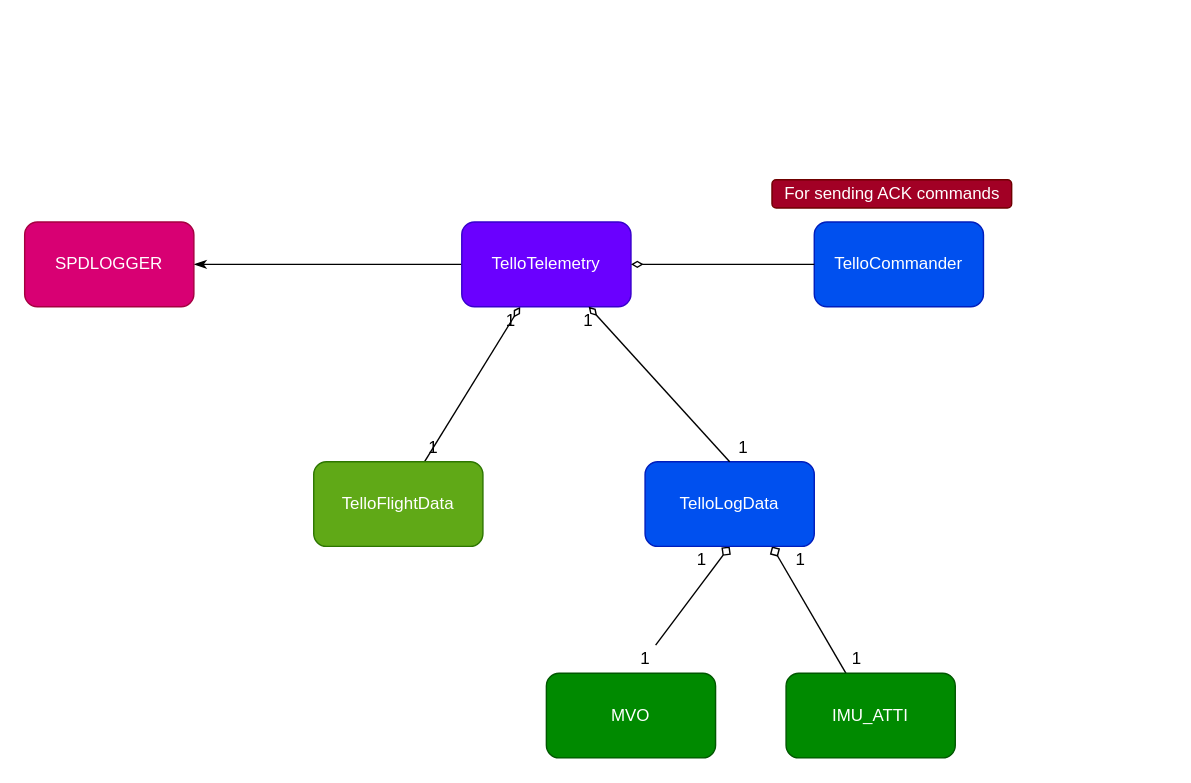
GalBrandwine/tello_driver keeps this draw.io diagram as page "HighLevel" (1 of 2) of src/tello_telemetry/docs/TelloTelemetry.drawio. Above is the earlier version. Source tidied: cells renumbered, new cells numbered last; positions are measured from the earlier drawing's top-left corner, leaving out a move shared by most shapes. Both pictures are drawn from the tidied source at 141%, with x=0, y=0 at pixel (24, 179).
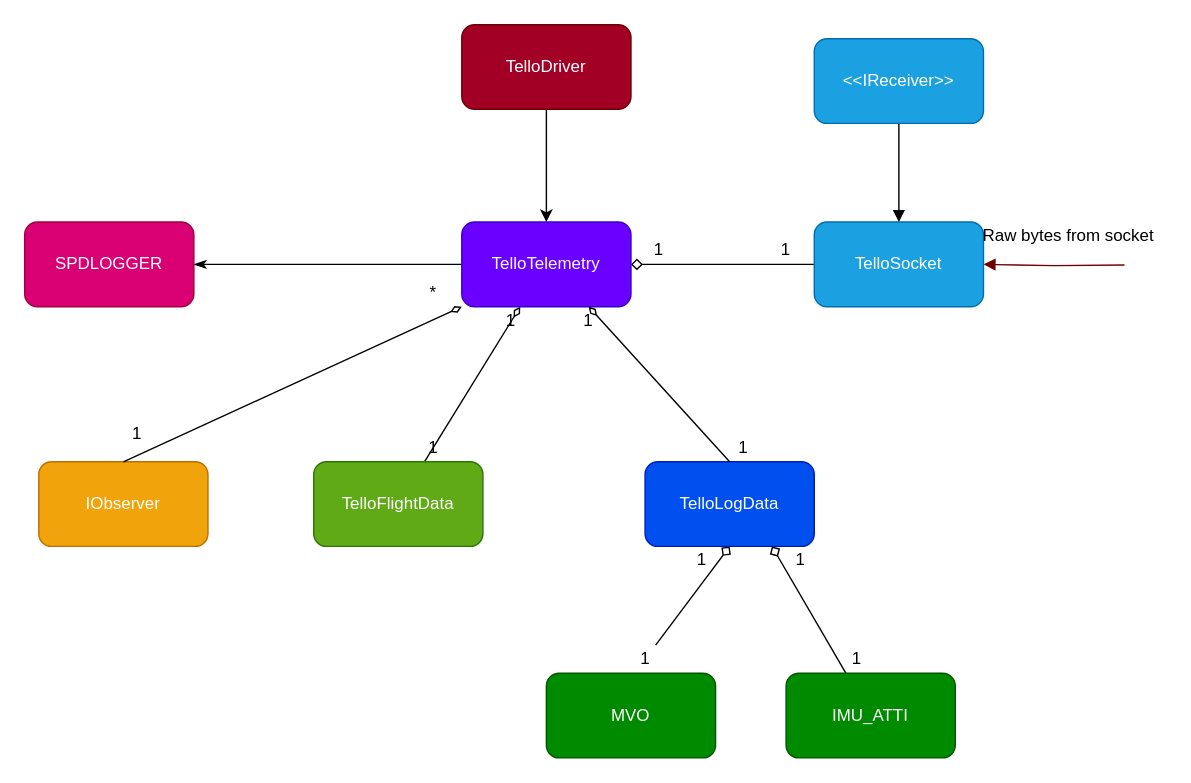
After the change.

The change refers to these unchanged cells:
```xml
<mxCell id="4" value="TelloTelemetry" style="rounded=1;whiteSpace=wrap;html=1;fillColor=#6a00ff;strokeColor=#3700CC;fontColor=#ffffff;" parent="1" vertex="1">
  <mxGeometry x="310" y="30" width="120" height="60" as="geometry" />
</mxCell>
```

The edit, as a diff of the source:
```diff
@@
+    <mxCell id="25" style="edgeStyle=orthogonalEdgeStyle;rounded=0;jettySize=auto;html=1;exitX=1;exitY=0.5;exitDx=0;exitDy=0;entryX=0;entryY=0.5;entryDx=0;entryDy=0;endArrow=none;endFill=0;startArrow=diamond;startFill=0;" parent="1" edge="1" source="4" target="28">
+      <mxGeometry relative="1" as="geometry" />
+    </mxCell>
@@
-    <mxCell id="22" value="&lt;div style=&quot;line-height: 19px&quot;&gt;TelloCommander&lt;/div&gt;" style="whiteSpace=wrap;html=1;rounded=1;fillColor=#0050ef;strokeColor=#001DBC;fontColor=#ffffff;" parent="1" vertex="1">
-      <mxGeometry x="560" y="30" width="120" height="60" as="geometry" />
-    </mxCell>
-    <mxCell id="23" style="rounded=0;jettySize=auto;html=1;endArrow=diamondThin;endFill=0;startArrow=none;startFill=0;entryX=1;entryY=0.5;entryDx=0;entryDy=0;exitX=0;exitY=0.5;exitDx=0;exitDy=0;" parent="1" edge="1" source="22" target="4">
-      <mxGeometry relative="1" as="geometry" />
-    </mxCell>
+    <mxCell id="26" style="edgeStyle=orthogonalEdgeStyle;rounded=0;jettySize=auto;html=1;" parent="1" edge="1" source="24" target="4">
+      <mxGeometry relative="1" as="geometry" />
+    </mxCell>
-    <mxCell id="24" value="For sending ACK commands" style="text;html=1;align=center;verticalAlign=middle;points=[];fillColor=#a20025;strokeColor=#6F0000;fontColor=#ffffff;rounded=1;" parent="1" vertex="1">
-      <mxGeometry x="530" width="170" height="20" as="geometry" />
+    <mxCell id="24" value="TelloDriver" style="rounded=1;whiteSpace=wrap;html=1;fillColor=#a20025;strokeColor=#6F0000;fontColor=#ffffff;" parent="1" vertex="1">
+      <mxGeometry x="310" y="-110" width="120" height="60" as="geometry" />
     </mxCell>
+    <mxCell id="27" style="edgeStyle=orthogonalEdgeStyle;rounded=0;jettySize=auto;html=1;exitX=1;exitY=0.5;exitDx=0;exitDy=0;endArrow=block;endFill=1;entryX=1;entryY=0.5;entryDx=0;entryDy=0;fillColor=#a20025;strokeColor=#6F0000;" parent="1" edge="1" target="28">
+      <mxGeometry relative="1" as="geometry">
+        <mxPoint x="780" y="60.4" as="sourcePoint" />
+      </mxGeometry>
+    </mxCell>
+    <mxCell id="28" value="TelloSocket" style="rounded=1;whiteSpace=wrap;html=1;fillColor=#1ba1e2;strokeColor=#006EAF;fontColor=#ffffff;" parent="1" vertex="1">
+      <mxGeometry x="560" y="30" width="120" height="60" as="geometry" />
+    </mxCell>
+    <mxCell id="29" style="edgeStyle=orthogonalEdgeStyle;rounded=0;jettySize=auto;html=1;exitX=0.5;exitY=1;exitDx=0;exitDy=0;entryX=0.5;entryY=0;entryDx=0;entryDy=0;endArrow=block;endFill=1;" parent="1" edge="1" source="30" target="28">
+      <mxGeometry relative="1" as="geometry" />
+    </mxCell>
+    <mxCell id="30" value="&amp;lt;&amp;lt;IReceiver&amp;gt;&amp;gt;" style="rounded=1;whiteSpace=wrap;html=1;fillColor=#1ba1e2;strokeColor=#006EAF;fontColor=#ffffff;" parent="1" vertex="1">
+      <mxGeometry x="560" y="-100" width="120" height="60" as="geometry" />
+    </mxCell>
+    <mxCell id="31" value="Raw bytes from socket" style="text;html=1;align=center;verticalAlign=middle;" parent="1" vertex="1">
+      <mxGeometry x="670" y="30" width="140" height="20" as="geometry" />
+    </mxCell>
+    <mxCell id="32" value="1" style="text;html=1;strokeColor=none;fillColor=none;align=center;verticalAlign=middle;whiteSpace=wrap;rounded=0;" parent="1" vertex="1">
+      <mxGeometry x="520" y="40" width="40" height="20" as="geometry" />
+    </mxCell>
+    <mxCell id="33" value="1" style="text;html=1;strokeColor=none;fillColor=none;align=center;verticalAlign=middle;whiteSpace=wrap;rounded=0;" parent="1" vertex="1">
+      <mxGeometry x="430" y="40" width="40" height="20" as="geometry" />
+    </mxCell>
+    <mxCell id="34" value="IObserver" style="whiteSpace=wrap;html=1;rounded=1;fillColor=#f0a30a;strokeColor=#BD7000;fontColor=#ffffff;" parent="1" vertex="1">
+      <mxGeometry x="10" y="200" width="120" height="60" as="geometry" />
+    </mxCell>
+    <mxCell id="35" style="rounded=0;jettySize=auto;html=1;endArrow=diamondThin;endFill=0;startArrow=none;startFill=0;entryX=0;entryY=1;entryDx=0;entryDy=0;exitX=0.5;exitY=0;exitDx=0;exitDy=0;" parent="1" edge="1" source="34" target="4">
+      <mxGeometry relative="1" as="geometry" />
+    </mxCell>
+    <mxCell id="36" value="1" style="text;html=1;strokeColor=none;fillColor=none;align=center;verticalAlign=middle;whiteSpace=wrap;rounded=0;" parent="1" vertex="1">
+      <mxGeometry x="60" y="170" width="40" height="20" as="geometry" />
+    </mxCell>
+    <mxCell id="37" value="*" style="text;html=1;strokeColor=none;fillColor=none;align=center;verticalAlign=middle;whiteSpace=wrap;rounded=0;" parent="1" vertex="1">
+      <mxGeometry x="270" y="70" width="40" height="20" as="geometry" />
+    </mxCell>
```
